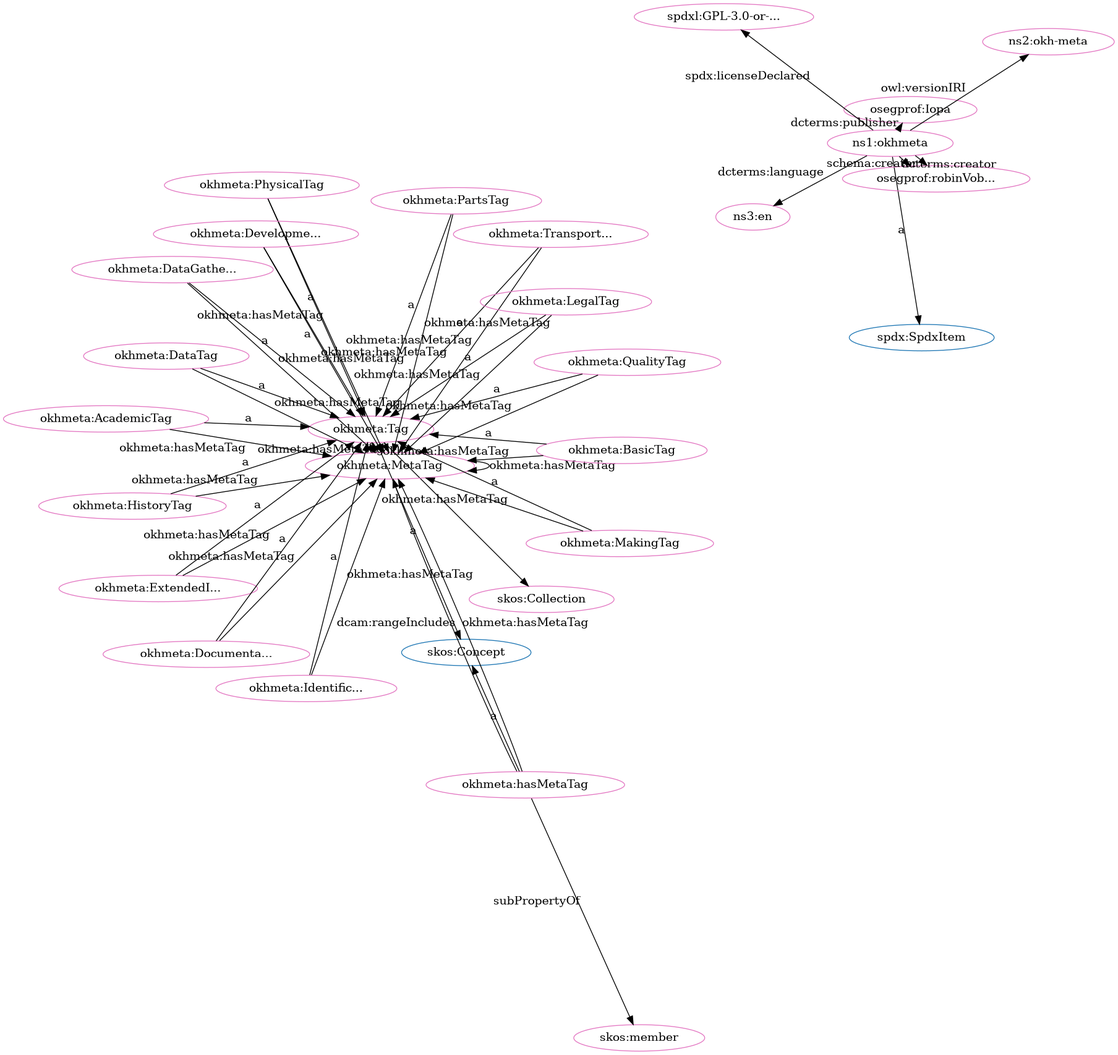
iop-alliance/OpenKnowHow keeps this Graphviz diagram as src/spec/dot_okh-meta-clean.png. Above is the earlier version. Its source is kept beside it as src/spec/dot_okh-meta-clean.dot.
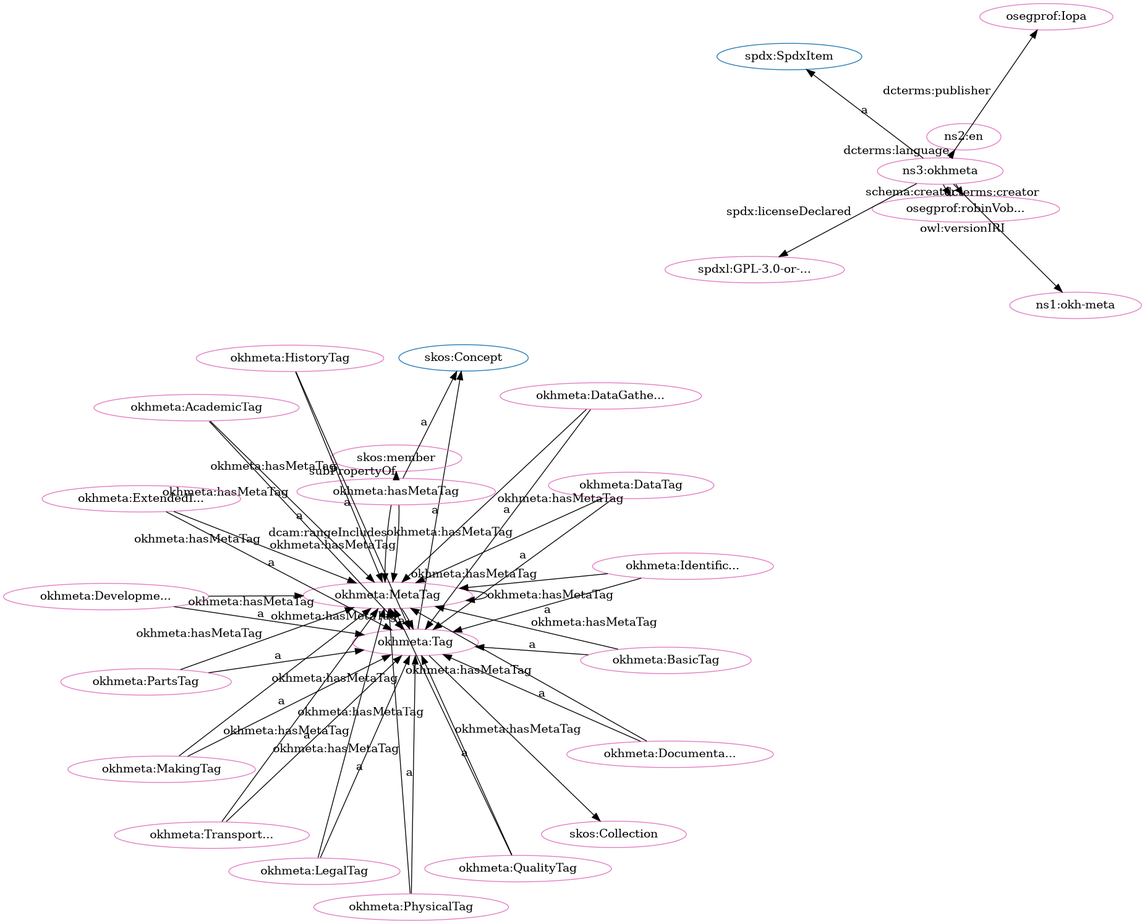
After the commit.

What changed in the source:
```diff
@@ -2,79 +2,79 @@
   rankdir=BT
   node[height=.3]
 "http://www.w3.org/2004/02/skos/core#Collection" [fillcolor="#1f77b4" color="#1f77b4" label="skos:Collection"]
-"http://www.w3.org/2004/02/skos/core#Concept" [fillcolor="#1f77b4" color="#1f77b4" label="skos:Concept"]
 "http://w3id.org/oseg/ont/okhmeta#Tag" [fillcolor="#1f77b4" color="#1f77b4" label="okhmeta:Tag"]
 "http://spdx.org/rdf/terms#SpdxItem" [fillcolor="#1f77b4" color="#1f77b4" label="spdx:SpdxItem"]
+"http://www.w3.org/2004/02/skos/core#Concept" [fillcolor="#1f77b4" color="#1f77b4" label="skos:Concept"]
+"http://w3id.org/oseg/ont/okhmeta#DataTag" [fillcolor="#e377c2" color="#e377c2" label="okhmeta:DataTag"]
+"http://w3id.org/oseg/ont/okhmeta#PhysicalTag" [fillcolor="#e377c2" color="#e377c2" label="okhmeta:PhysicalTag"]
+"http://w3id.org/oseg/ont/okhmeta#DevelopmentTag" [fillcolor="#e377c2" color="#e377c2" label="okhmeta:Developme..."]
 "http://w3id.org/oseg/ont/okhmeta#MetaTag" [fillcolor="#e377c2" color="#e377c2" label="okhmeta:MetaTag"]
-"http://w3id.org/oseg/ont/okhmeta#TransportationTag" [fillcolor="#e377c2" color="#e377c2" label="okhmeta:Transport..."]
-"http://w3id.org/oseg/ont/okhmeta#PhysicalTag" [fillcolor="#e377c2" color="#e377c2" label="okhmeta:PhysicalTag"]
-"http://w3id.org/oseg/ont/okhmeta#IdentificationTag" [fillcolor="#e377c2" color="#e377c2" label="okhmeta:Identific..."]
-"http://w3id.org/oseg/ont/okhmeta#ExtendedInfoTag" [fillcolor="#e377c2" color="#e377c2" label="okhmeta:ExtendedI..."]
-"http://w3id.org/oseg/ont/okhmeta" [fillcolor="#e377c2" color="#e377c2" label="ns1:okhmeta"]
+"http://w3id.org/oseg/ont/1.1.0/okh-meta" [fillcolor="#e377c2" color="#e377c2" label="ns1:okh-meta"]
+"http://www.w3.org/2004/02/skos/core#member" [fillcolor="#e377c2" color="#e377c2" label="skos:member"]
 "http://w3id.org/oseg/ont/oseg-profiles#robinVobruba" [fillcolor="#e377c2" color="#e377c2" label="osegprof:robinVob..."]
-"http://www.w3.org/2004/02/skos/core#member" [fillcolor="#e377c2" color="#e377c2" label="skos:member"]
-"http://w3id.org/oseg/ont/okhmeta#hasMetaTag" [fillcolor="#e377c2" color="#e377c2" label="okhmeta:hasMetaTag"]
-"http://w3id.org/oseg/ont/oseg-profiles#Iopa" [fillcolor="#e377c2" color="#e377c2" label="osegprof:Iopa"]
-"http://w3id.org/oseg/ont/okhmeta#DocumentationTag" [fillcolor="#e377c2" color="#e377c2" label="okhmeta:Documenta..."]
-"http://w3id.org/oseg/ont/okhmeta#HistoryTag" [fillcolor="#e377c2" color="#e377c2" label="okhmeta:HistoryTag"]
-"http://w3id.org/oseg/ont/1.1.0/okh-meta" [fillcolor="#e377c2" color="#e377c2" label="ns2:okh-meta"]
-"http://w3id.org/oseg/ont/okhmeta#PartsTag" [fillcolor="#e377c2" color="#e377c2" label="okhmeta:PartsTag"]
 "http://w3id.org/oseg/ont/okhmeta#Tag" [fillcolor="#e377c2" color="#e377c2" label="okhmeta:Tag"]
-"http://w3id.org/oseg/ont/okhmeta#AcademicTag" [fillcolor="#e377c2" color="#e377c2" label="okhmeta:AcademicTag"]
-"http://w3id.org/oseg/ont/okhmeta#DataGatheringTag" [fillcolor="#e377c2" color="#e377c2" label="okhmeta:DataGathe..."]
-"http://w3id.org/oseg/ont/okhmeta#LegalTag" [fillcolor="#e377c2" color="#e377c2" label="okhmeta:LegalTag"]
 "http://w3id.org/oseg/ont/okhmeta#MakingTag" [fillcolor="#e377c2" color="#e377c2" label="okhmeta:MakingTag"]
-"http://w3id.org/oseg/ont/okhmeta#QualityTag" [fillcolor="#e377c2" color="#e377c2" label="okhmeta:QualityTag"]
-"http://spdx.org/licenses/GPL-3.0-or-later" [fillcolor="#e377c2" color="#e377c2" label="spdxl:GPL-3.0-or-..."]
-"http://w3id.org/oseg/ont/okhmeta#DataTag" [fillcolor="#e377c2" color="#e377c2" label="okhmeta:DataTag"]
-"http://w3id.org/oseg/ont/okhmeta#DevelopmentTag" [fillcolor="#e377c2" color="#e377c2" label="okhmeta:Developme..."]
-"http://id.loc.gov/vocabulary/iso639-1/en" [fillcolor="#e377c2" color="#e377c2" label="ns3:en"]
+"http://id.loc.gov/vocabulary/iso639-1/en" [fillcolor="#e377c2" color="#e377c2" label="ns2:en"]
 "http://w3id.org/oseg/ont/okhmeta#BasicTag" [fillcolor="#e377c2" color="#e377c2" label="okhmeta:BasicTag"]
 "http://www.w3.org/2004/02/skos/core#Collection" [fillcolor="#e377c2" color="#e377c2" label="skos:Collection"]
+"http://w3id.org/oseg/ont/okhmeta" [fillcolor="#e377c2" color="#e377c2" label="ns3:okhmeta"]
+"http://w3id.org/oseg/ont/oseg-profiles#Iopa" [fillcolor="#e377c2" color="#e377c2" label="osegprof:Iopa"]
+"http://w3id.org/oseg/ont/okhmeta#LegalTag" [fillcolor="#e377c2" color="#e377c2" label="okhmeta:LegalTag"]
+"http://w3id.org/oseg/ont/okhmeta#PartsTag" [fillcolor="#e377c2" color="#e377c2" label="okhmeta:PartsTag"]
+"http://spdx.org/licenses/GPL-3.0-or-later" [fillcolor="#e377c2" color="#e377c2" label="spdxl:GPL-3.0-or-..."]
+"http://w3id.org/oseg/ont/okhmeta#DataGatheringTag" [fillcolor="#e377c2" color="#e377c2" label="okhmeta:DataGathe..."]
+"http://w3id.org/oseg/ont/okhmeta#hasMetaTag" [fillcolor="#e377c2" color="#e377c2" label="okhmeta:hasMetaTag"]
+"http://w3id.org/oseg/ont/okhmeta#HistoryTag" [fillcolor="#e377c2" color="#e377c2" label="okhmeta:HistoryTag"]
+"http://w3id.org/oseg/ont/okhmeta#QualityTag" [fillcolor="#e377c2" color="#e377c2" label="okhmeta:QualityTag"]
+"http://w3id.org/oseg/ont/okhmeta#DocumentationTag" [fillcolor="#e377c2" color="#e377c2" label="okhmeta:Documenta..."]
+"http://w3id.org/oseg/ont/okhmeta#AcademicTag" [fillcolor="#e377c2" color="#e377c2" label="okhmeta:AcademicTag"]
+"http://w3id.org/oseg/ont/okhmeta#ExtendedInfoTag" [fillcolor="#e377c2" color="#e377c2" label="okhmeta:ExtendedI..."]
+"http://w3id.org/oseg/ont/okhmeta#IdentificationTag" [fillcolor="#e377c2" color="#e377c2" label="okhmeta:Identific..."]
+"http://w3id.org/oseg/ont/okhmeta#TransportationTag" [fillcolor="#e377c2" color="#e377c2" label="okhmeta:Transport..."]
+  "http://w3id.org/oseg/ont/okhmeta#DataTag" -> "http://w3id.org/oseg/ont/okhmeta#Tag" [label="a"]
+  "http://w3id.org/oseg/ont/okhmeta#PhysicalTag" -> "http://w3id.org/oseg/ont/okhmeta#Tag" [label="a"]
+  "http://w3id.org/oseg/ont/okhmeta#Tag" -> "http://w3id.org/oseg/ont/okhmeta#MetaTag" [label="okhmeta:hasMetaTag"]
+  "http://w3id.org/oseg/ont/okhmeta#PartsTag" -> "http://w3id.org/oseg/ont/okhmeta#MetaTag" [label="okhmeta:hasMetaTag"]
+  "http://w3id.org/oseg/ont/okhmeta" -> "http://w3id.org/oseg/ont/1.1.0/okh-meta" [label="owl:versionIRI"]
+  "http://w3id.org/oseg/ont/okhmeta#hasMetaTag" -> "http://www.w3.org/2004/02/skos/core#member" [label="subPropertyOf"]
+  "http://w3id.org/oseg/ont/okhmeta#Tag" -> "http://www.w3.org/2004/02/skos/core#Concept" [label="a"]
+  "http://w3id.org/oseg/ont/okhmeta#hasMetaTag" -> "http://w3id.org/oseg/ont/okhmeta#MetaTag" [label="okhmeta:hasMetaTag"]
+  "http://w3id.org/oseg/ont/okhmeta#Tag" -> "http://www.w3.org/2004/02/skos/core#Collection" [label=""]
+  "http://w3id.org/oseg/ont/okhmeta" -> "http://spdx.org/rdf/terms#SpdxItem" [label="a"]
+  "http://w3id.org/oseg/ont/okhmeta" -> "http://w3id.org/oseg/ont/oseg-profiles#Iopa" [label="dcterms:publisher"]
   "http://w3id.org/oseg/ont/okhmeta#hasMetaTag" -> "http://w3id.org/oseg/ont/okhmeta#MetaTag" [label="dcam:rangeIncludes"]
+  "http://w3id.org/oseg/ont/okhmeta#MetaTag" -> "http://w3id.org/oseg/ont/okhmeta#MetaTag" [label="okhmeta:hasMetaTag"]
+  "http://w3id.org/oseg/ont/okhmeta#DataGatheringTag" -> "http://w3id.org/oseg/ont/okhmeta#Tag" [label="a"]
+  "http://w3id.org/oseg/ont/okhmeta#IdentificationTag" -> "http://w3id.org/oseg/ont/okhmeta#MetaTag" [label="okhmeta:hasMetaTag"]
+  "http://w3id.org/oseg/ont/okhmeta#BasicTag" -> "http://w3id.org/oseg/ont/okhmeta#MetaTag" [label="okhmeta:hasMetaTag"]
+  "http://w3id.org/oseg/ont/okhmeta#LegalTag" -> "http://w3id.org/oseg/ont/okhmeta#MetaTag" [label="okhmeta:hasMetaTag"]
+  "http://w3id.org/oseg/ont/okhmeta#DataTag" -> "http://w3id.org/oseg/ont/okhmeta#MetaTag" [label="okhmeta:hasMetaTag"]
+  "http://w3id.org/oseg/ont/okhmeta#ExtendedInfoTag" -> "http://w3id.org/oseg/ont/okhmeta#Tag" [label="a"]
+  "http://w3id.org/oseg/ont/okhmeta#DataGatheringTag" -> "http://w3id.org/oseg/ont/okhmeta#MetaTag" [label="okhmeta:hasMetaTag"]
+  "http://w3id.org/oseg/ont/okhmeta#QualityTag" -> "http://w3id.org/oseg/ont/okhmeta#MetaTag" [label="okhmeta:hasMetaTag"]
+  "http://w3id.org/oseg/ont/okhmeta#DocumentationTag" -> "http://w3id.org/oseg/ont/okhmeta#MetaTag" [label="okhmeta:hasMetaTag"]
+  "http://w3id.org/oseg/ont/okhmeta#HistoryTag" -> "http://w3id.org/oseg/ont/okhmeta#MetaTag" [label="okhmeta:hasMetaTag"]
+  "http://w3id.org/oseg/ont/okhmeta#hasMetaTag" -> "http://www.w3.org/2004/02/skos/core#Concept" [label="a"]
+  "http://w3id.org/oseg/ont/okhmeta#TransportationTag" -> "http://w3id.org/oseg/ont/okhmeta#Tag" [label="a"]
+  "http://w3id.org/oseg/ont/okhmeta#DevelopmentTag" -> "http://w3id.org/oseg/ont/okhmeta#Tag" [label="a"]
+  "http://w3id.org/oseg/ont/okhmeta" -> "http://w3id.org/oseg/ont/oseg-profiles#robinVobruba" [label="schema:creator"]
+  "http://w3id.org/oseg/ont/okhmeta#PhysicalTag" -> "http://w3id.org/oseg/ont/okhmeta#MetaTag" [label="okhmeta:hasMetaTag"]
+  "http://w3id.org/oseg/ont/okhmeta#MakingTag" -> "http://w3id.org/oseg/ont/okhmeta#Tag" [label="a"]
+  "http://w3id.org/oseg/ont/okhmeta" -> "http://id.loc.gov/vocabulary/iso639-1/en" [label="dcterms:language"]
+  "http://w3id.org/oseg/ont/okhmeta" -> "http://w3id.org/oseg/ont/oseg-profiles#robinVobruba" [label="dcterms:creator"]
+  "http://w3id.org/oseg/ont/okhmeta#BasicTag" -> "http://w3id.org/oseg/ont/okhmeta#Tag" [label="a"]
+  "http://w3id.org/oseg/ont/okhmeta#LegalTag" -> "http://w3id.org/oseg/ont/okhmeta#Tag" [label="a"]
+  "http://w3id.org/oseg/ont/okhmeta#AcademicTag" -> "http://w3id.org/oseg/ont/okhmeta#MetaTag" [label="okhmeta:hasMetaTag"]
+  "http://w3id.org/oseg/ont/okhmeta#PartsTag" -> "http://w3id.org/oseg/ont/okhmeta#Tag" [label="a"]
+  "http://w3id.org/oseg/ont/okhmeta" -> "http://spdx.org/licenses/GPL-3.0-or-later" [label="spdx:licenseDeclared"]
+  "http://w3id.org/oseg/ont/okhmeta#MakingTag" -> "http://w3id.org/oseg/ont/okhmeta#MetaTag" [label="okhmeta:hasMetaTag"]
+  "http://w3id.org/oseg/ont/okhmeta#HistoryTag" -> "http://w3id.org/oseg/ont/okhmeta#Tag" [label="a"]
+  "http://w3id.org/oseg/ont/okhmeta#QualityTag" -> "http://w3id.org/oseg/ont/okhmeta#Tag" [label="a"]
+  "http://w3id.org/oseg/ont/okhmeta#DocumentationTag" -> "http://w3id.org/oseg/ont/okhmeta#Tag" [label="a"]
   "http://w3id.org/oseg/ont/okhmeta#TransportationTag" -> "http://w3id.org/oseg/ont/okhmeta#MetaTag" [label="okhmeta:hasMetaTag"]
+  "http://w3id.org/oseg/ont/okhmeta#AcademicTag" -> "http://w3id.org/oseg/ont/okhmeta#Tag" [label="a"]
+  "http://w3id.org/oseg/ont/okhmeta#DevelopmentTag" -> "http://w3id.org/oseg/ont/okhmeta#MetaTag" [label="okhmeta:hasMetaTag"]
+  "http://w3id.org/oseg/ont/okhmeta#MetaTag" -> "http://w3id.org/oseg/ont/okhmeta#Tag" [label="a"]
+  "http://w3id.org/oseg/ont/okhmeta#ExtendedInfoTag" -> "http://w3id.org/oseg/ont/okhmeta#MetaTag" [label="okhmeta:hasMetaTag"]
   "http://w3id.org/oseg/ont/okhmeta#IdentificationTag" -> "http://w3id.org/oseg/ont/okhmeta#Tag" [label="a"]
-  "http://w3id.org/oseg/ont/okhmeta#PhysicalTag" -> "http://w3id.org/oseg/ont/okhmeta#MetaTag" [label="okhmeta:hasMetaTag"]
-  "http://w3id.org/oseg/ont/okhmeta#DocumentationTag" -> "http://w3id.org/oseg/ont/okhmeta#MetaTag" [label="okhmeta:hasMetaTag"]
-  "http://w3id.org/oseg/ont/okhmeta" -> "http://spdx.org/rdf/terms#SpdxItem" [label="a"]
-  "http://w3id.org/oseg/ont/okhmeta#LegalTag" -> "http://w3id.org/oseg/ont/okhmeta#MetaTag" [label="okhmeta:hasMetaTag"]
-  "http://w3id.org/oseg/ont/okhmeta#hasMetaTag" -> "http://www.w3.org/2004/02/skos/core#Concept" [label="a"]
-  "http://w3id.org/oseg/ont/okhmeta#MakingTag" -> "http://w3id.org/oseg/ont/okhmeta#MetaTag" [label="okhmeta:hasMetaTag"]
-  "http://w3id.org/oseg/ont/okhmeta" -> "http://w3id.org/oseg/ont/oseg-profiles#Iopa" [label="dcterms:publisher"]
-  "http://w3id.org/oseg/ont/okhmeta#DocumentationTag" -> "http://w3id.org/oseg/ont/okhmeta#Tag" [label="a"]
-  "http://w3id.org/oseg/ont/okhmeta#MetaTag" -> "http://w3id.org/oseg/ont/okhmeta#MetaTag" [label="okhmeta:hasMetaTag"]
-  "http://w3id.org/oseg/ont/okhmeta#DataTag" -> "http://w3id.org/oseg/ont/okhmeta#MetaTag" [label="okhmeta:hasMetaTag"]
-  "http://w3id.org/oseg/ont/okhmeta#BasicTag" -> "http://w3id.org/oseg/ont/okhmeta#MetaTag" [label="okhmeta:hasMetaTag"]
-  "http://w3id.org/oseg/ont/okhmeta#AcademicTag" -> "http://w3id.org/oseg/ont/okhmeta#Tag" [label="a"]
-  "http://w3id.org/oseg/ont/okhmeta#DataGatheringTag" -> "http://w3id.org/oseg/ont/okhmeta#Tag" [label="a"]
-  "http://w3id.org/oseg/ont/okhmeta" -> "http://spdx.org/licenses/GPL-3.0-or-later" [label="spdx:licenseDeclared"]
-  "http://w3id.org/oseg/ont/okhmeta#DataTag" -> "http://w3id.org/oseg/ont/okhmeta#Tag" [label="a"]
-  "http://w3id.org/oseg/ont/okhmeta#DevelopmentTag" -> "http://w3id.org/oseg/ont/okhmeta#Tag" [label="a"]
-  "http://w3id.org/oseg/ont/okhmeta" -> "http://id.loc.gov/vocabulary/iso639-1/en" [label="dcterms:language"]
-  "http://w3id.org/oseg/ont/okhmeta#TransportationTag" -> "http://w3id.org/oseg/ont/okhmeta#Tag" [label="a"]
-  "http://w3id.org/oseg/ont/okhmeta#hasMetaTag" -> "http://w3id.org/oseg/ont/okhmeta#MetaTag" [label="okhmeta:hasMetaTag"]
-  "http://w3id.org/oseg/ont/okhmeta#PhysicalTag" -> "http://w3id.org/oseg/ont/okhmeta#Tag" [label="a"]
-  "http://w3id.org/oseg/ont/okhmeta#ExtendedInfoTag" -> "http://w3id.org/oseg/ont/okhmeta#Tag" [label="a"]
-  "http://w3id.org/oseg/ont/okhmeta#HistoryTag" -> "http://w3id.org/oseg/ont/okhmeta#MetaTag" [label="okhmeta:hasMetaTag"]
-  "http://w3id.org/oseg/ont/okhmeta" -> "http://w3id.org/oseg/ont/oseg-profiles#robinVobruba" [label="schema:creator"]
-  "http://w3id.org/oseg/ont/okhmeta#MetaTag" -> "http://w3id.org/oseg/ont/okhmeta#Tag" [label="a"]
-  "http://w3id.org/oseg/ont/okhmeta#hasMetaTag" -> "http://www.w3.org/2004/02/skos/core#member" [label="subPropertyOf"]
-  "http://w3id.org/oseg/ont/okhmeta#DataGatheringTag" -> "http://w3id.org/oseg/ont/okhmeta#MetaTag" [label="okhmeta:hasMetaTag"]
-  "http://w3id.org/oseg/ont/okhmeta#PartsTag" -> "http://w3id.org/oseg/ont/okhmeta#MetaTag" [label="okhmeta:hasMetaTag"]
-  "http://w3id.org/oseg/ont/okhmeta#HistoryTag" -> "http://w3id.org/oseg/ont/okhmeta#Tag" [label="a"]
-  "http://w3id.org/oseg/ont/okhmeta" -> "http://w3id.org/oseg/ont/1.1.0/okh-meta" [label="owl:versionIRI"]
-  "http://w3id.org/oseg/ont/okhmeta#QualityTag" -> "http://w3id.org/oseg/ont/okhmeta#MetaTag" [label="okhmeta:hasMetaTag"]
-  "http://w3id.org/oseg/ont/okhmeta#DevelopmentTag" -> "http://w3id.org/oseg/ont/okhmeta#MetaTag" [label="okhmeta:hasMetaTag"]
-  "http://w3id.org/oseg/ont/okhmeta#PartsTag" -> "http://w3id.org/oseg/ont/okhmeta#Tag" [label="a"]
-  "http://w3id.org/oseg/ont/okhmeta#Tag" -> "http://www.w3.org/2004/02/skos/core#Concept" [label="a"]
-  "http://w3id.org/oseg/ont/okhmeta" -> "http://w3id.org/oseg/ont/oseg-profiles#robinVobruba" [label="dcterms:creator"]
-  "http://w3id.org/oseg/ont/okhmeta#LegalTag" -> "http://w3id.org/oseg/ont/okhmeta#Tag" [label="a"]
-  "http://w3id.org/oseg/ont/okhmeta#MakingTag" -> "http://w3id.org/oseg/ont/okhmeta#Tag" [label="a"]
-  "http://w3id.org/oseg/ont/okhmeta#QualityTag" -> "http://w3id.org/oseg/ont/okhmeta#Tag" [label="a"]
-  "http://w3id.org/oseg/ont/okhmeta#Tag" -> "http://w3id.org/oseg/ont/okhmeta#MetaTag" [label="okhmeta:hasMetaTag"]
-  "http://w3id.org/oseg/ont/okhmeta#ExtendedInfoTag" -> "http://w3id.org/oseg/ont/okhmeta#MetaTag" [label="okhmeta:hasMetaTag"]
-  "http://w3id.org/oseg/ont/okhmeta#AcademicTag" -> "http://w3id.org/oseg/ont/okhmeta#MetaTag" [label="okhmeta:hasMetaTag"]
-  "http://w3id.org/oseg/ont/okhmeta#IdentificationTag" -> "http://w3id.org/oseg/ont/okhmeta#MetaTag" [label="okhmeta:hasMetaTag"]
-  "http://w3id.org/oseg/ont/okhmeta#BasicTag" -> "http://w3id.org/oseg/ont/okhmeta#Tag" [label="a"]
-  "http://w3id.org/oseg/ont/okhmeta#Tag" -> "http://www.w3.org/2004/02/skos/core#Collection" [label=""]
 }
```
